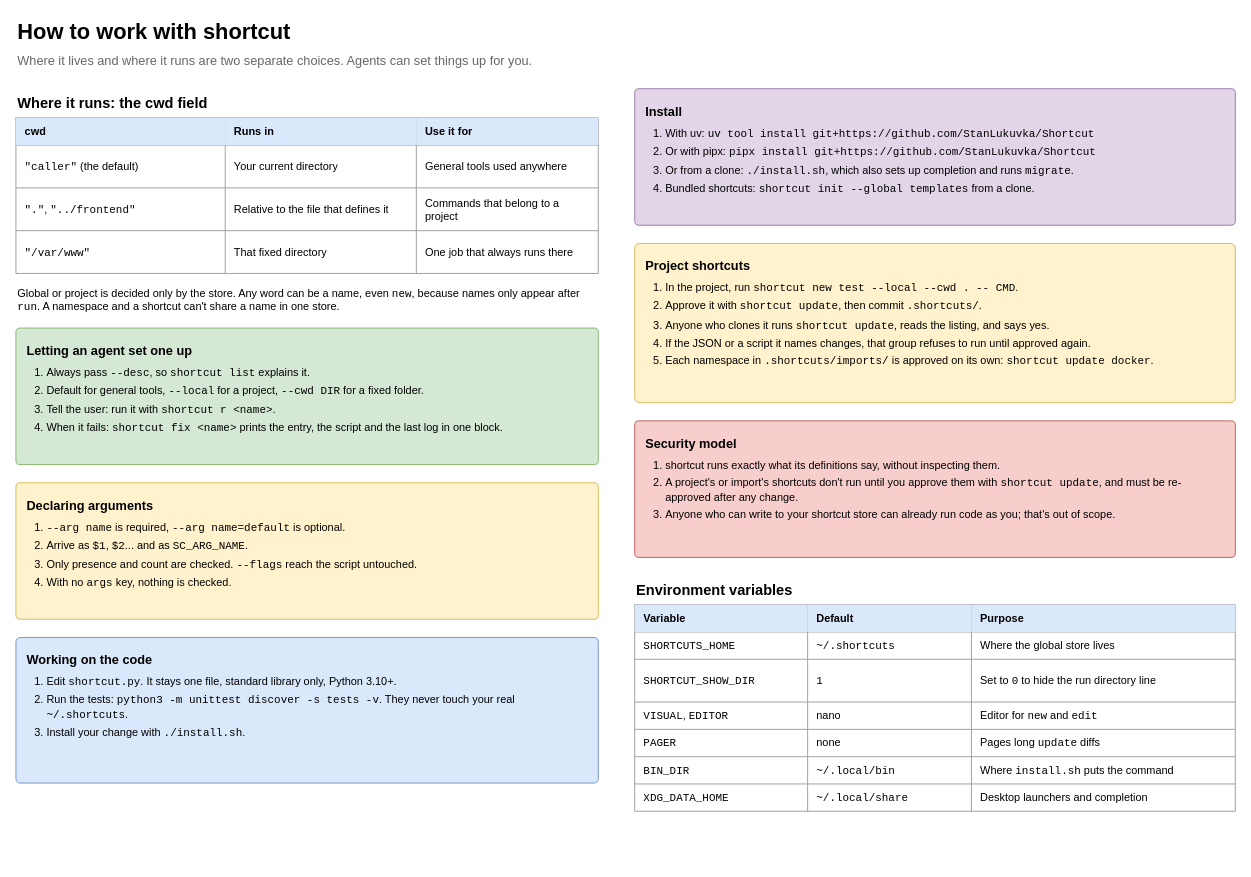
The draw.io diagram page "3 Working with it" (3 of 5) of docs/shortcut-overview.drawio in StanLukuvka/Shortcut, before the edit. Source tidied: cells renumbered, new cells numbered last; positions are measured from the earlier drawing's top-left corner, leaving out a move shared by most shapes. Both pictures are drawn from the tidied source at 91%, with x=0, y=0 at pixel (15, 15).
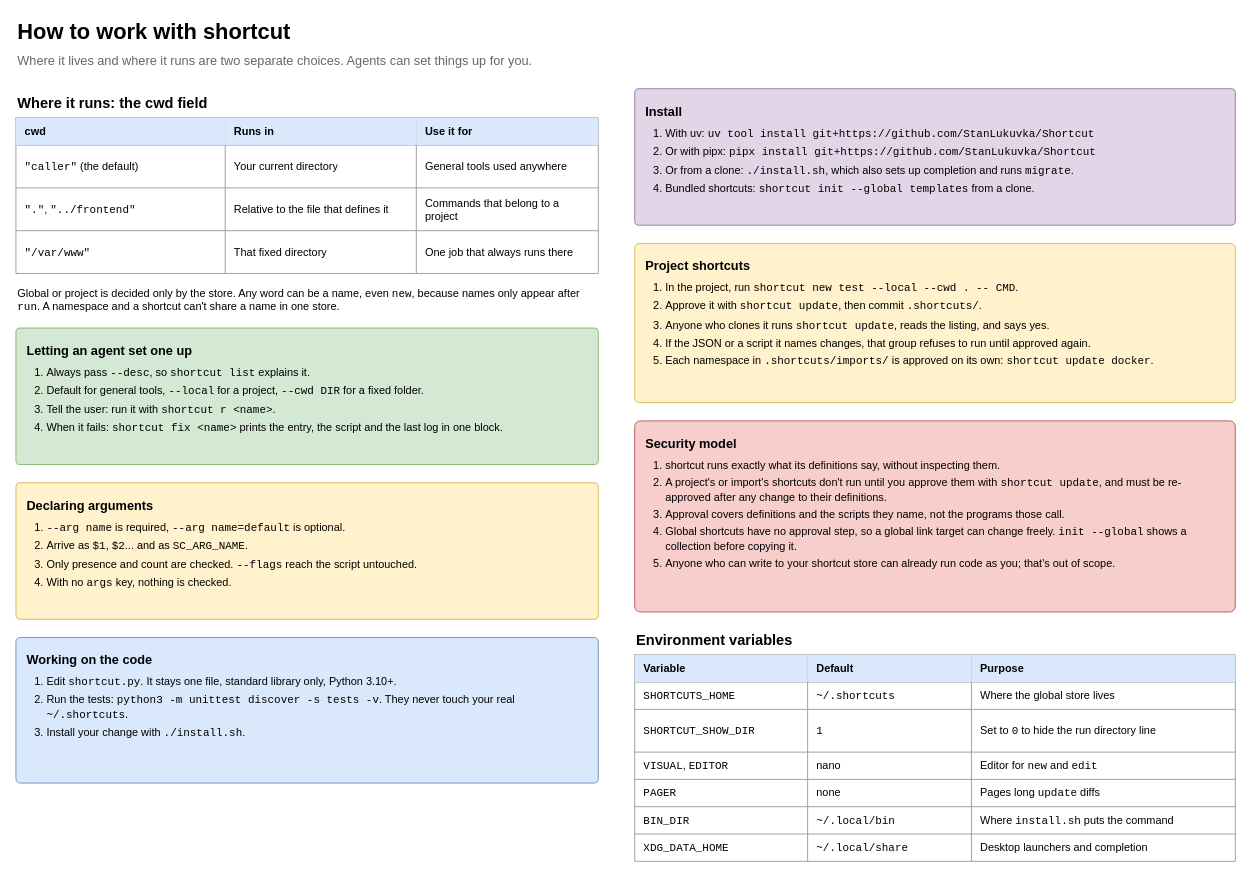
The same page after the edit.

The edit, as a diff of the source:
```diff
@@
-    <mxCell id="25" value="&lt;b style='font-size:14px'&gt;Security model&lt;/b&gt;&lt;ol style='margin:8px 0 0 0;padding-left:22px'&gt;&lt;li style='margin-bottom:5px'&gt;shortcut runs exactly what its definitions say, without inspecting them.&lt;/li&gt;&lt;li style='margin-bottom:5px'&gt;A project's or import's shortcuts don't run until you approve them with &lt;font face=&quot;monospace&quot;&gt;shortcut update&lt;/font&gt;, and must be re-approved after any change.&lt;/li&gt;&lt;li style='margin-bottom:5px'&gt;Anyone who can write to your shortcut store can already run code as you; that's out of scope.&lt;/li&gt;&lt;/ol&gt;" style="rounded=1;whiteSpace=wrap;html=1;arcSize=3;fillColor=#f8cecc;strokeColor=#b85450;fontSize=12;align=left;verticalAlign=top;spacing=12;" parent="1" vertex="1">
-      <mxGeometry x="680" y="445" width="660" height="150" as="geometry" />
+    <mxCell id="25" value="&lt;b style='font-size:14px'&gt;Security model&lt;/b&gt;&lt;ol style='margin:8px 0 0 0;padding-left:22px'&gt;&lt;li style='margin-bottom:5px'&gt;shortcut runs exactly what its definitions say, without inspecting them.&lt;/li&gt;&lt;li style='margin-bottom:5px'&gt;A project's or import's shortcuts don't run until you approve them with &lt;font face=&quot;monospace&quot;&gt;shortcut update&lt;/font&gt;, and must be re-approved after any change to their definitions.&lt;/li&gt;&lt;li style='margin-bottom:5px'&gt;Approval covers definitions and the scripts they name, not the programs those call.&lt;/li&gt;&lt;li style='margin-bottom:5px'&gt;Global shortcuts have no approval step, so a global link target can change freely. &lt;font face=&quot;monospace&quot;&gt;init --global&lt;/font&gt; shows a collection before copying it.&lt;/li&gt;&lt;li style='margin-bottom:5px'&gt;Anyone who can write to your shortcut store can already run code as you; that's out of scope.&lt;/li&gt;&lt;/ol&gt;" style="rounded=1;whiteSpace=wrap;html=1;arcSize=3;fillColor=#f8cecc;strokeColor=#b85450;fontSize=12;align=left;verticalAlign=top;spacing=12;" parent="1" vertex="1">
+      <mxGeometry x="680" y="445" width="660" height="210" as="geometry" />
     </mxCell>
@@
     <mxCell id="29" value="&lt;b&gt;Environment variables&lt;/b&gt;" style="text;html=1;align=left;fontSize=16;strokeColor=none;fillColor=none;" parent="1" vertex="1">
-      <mxGeometry x="680" y="615" width="640" height="28" as="geometry" />
+      <mxGeometry x="680" y="670" width="640" height="28" as="geometry" />
     </mxCell>
     <mxCell id="30" style="shape=table;startSize=0;childLayout=tableLayout;strokeColor=#999999;fontSize=12;html=1;" parent="1" vertex="1">
-      <mxGeometry x="680" y="647" width="660" height="227" as="geometry" />
+      <mxGeometry x="680" y="702" width="660" height="227" as="geometry" />
     </mxCell>
```
